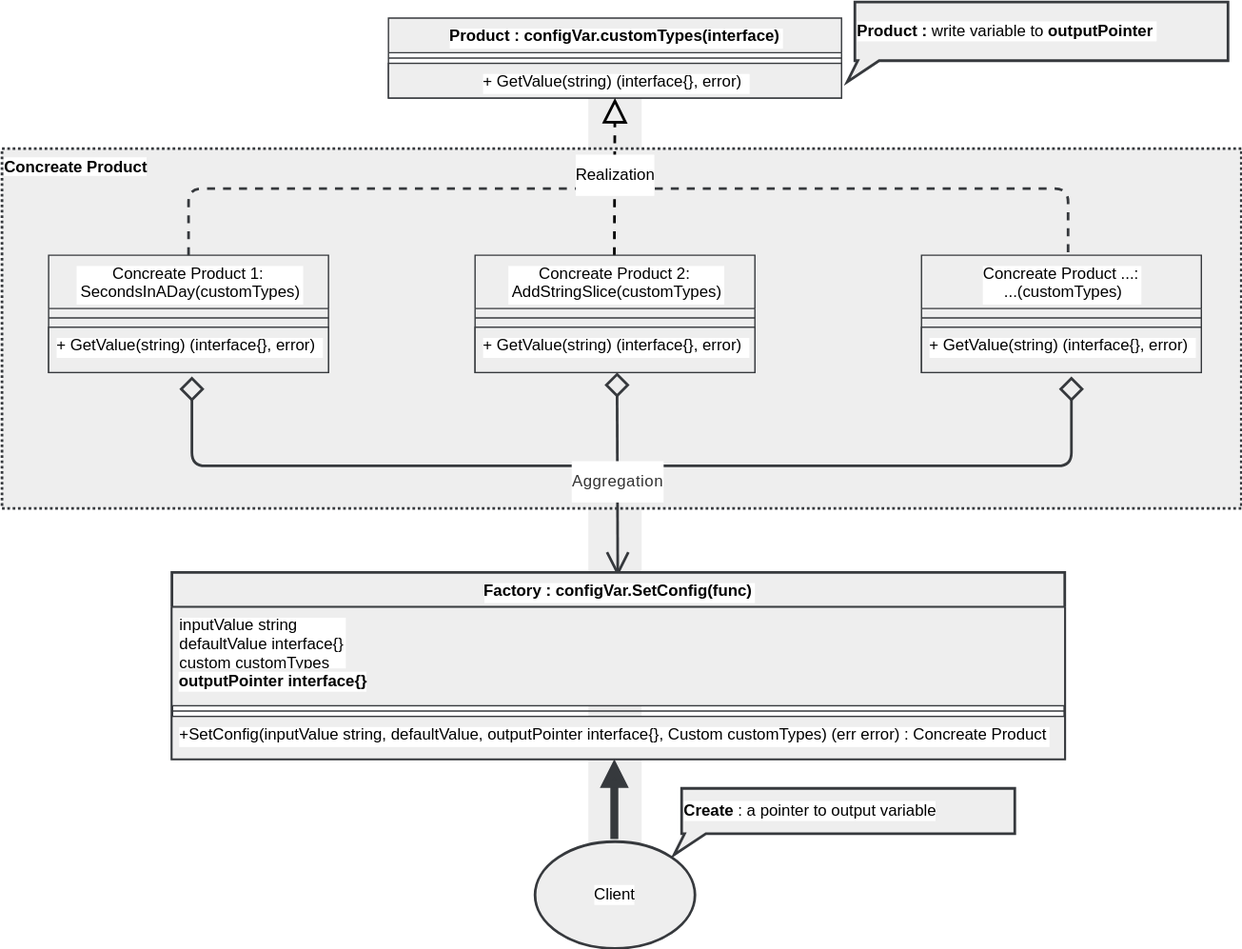
Before: diagram.svg, a diagram exported from draw.io (DukeHuangWP/GoExample-ConfigToVariable_SimpleFactory). Source tidied: cells renumbered, new cells last; positions are measured from the earlier drawing's top-left corner, leaving out a move shared by most shapes.
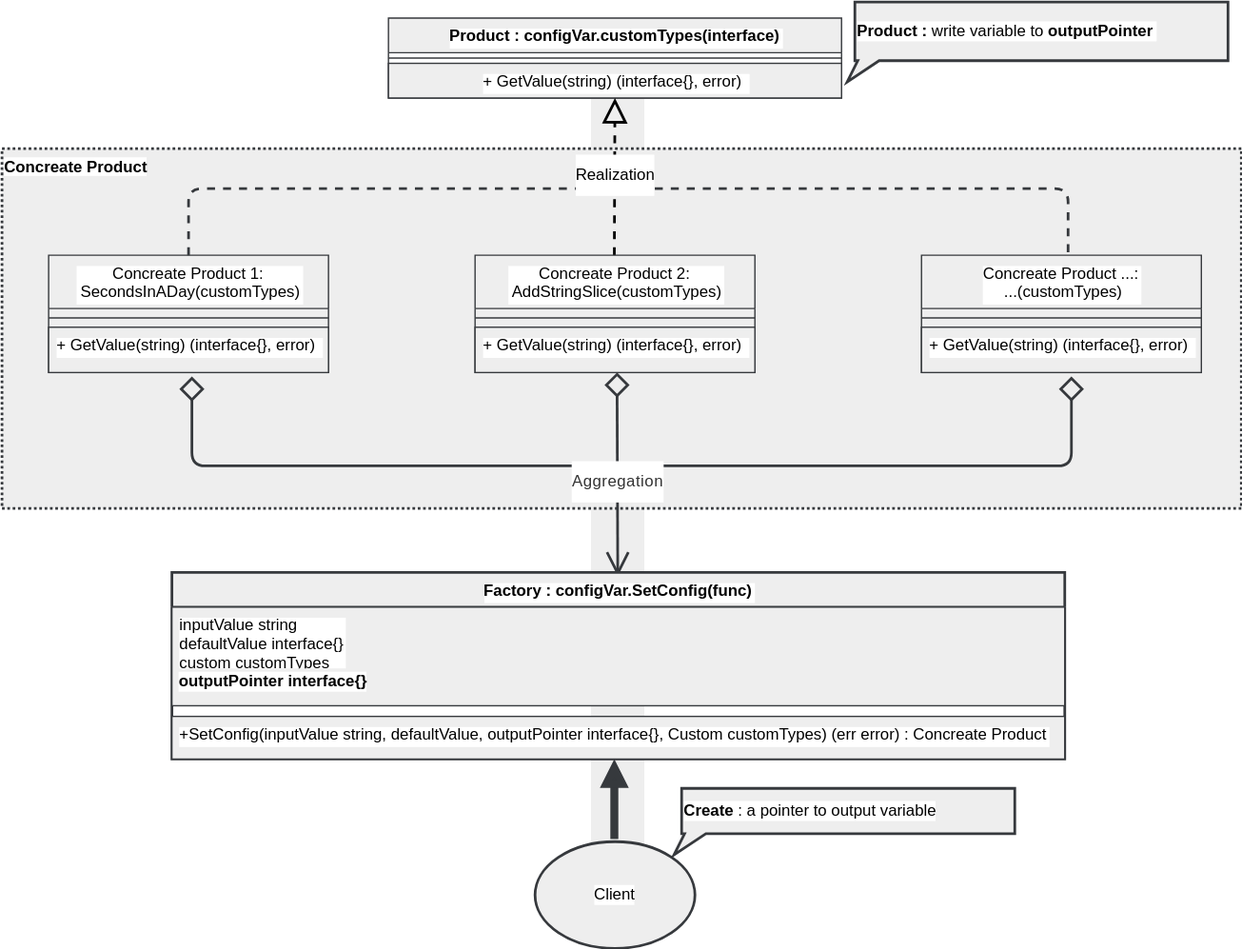
The same file after the commit.

What changed in the source:
```diff
@@ -3,7 +3,7 @@
     <mxCell id="0" />
     <mxCell id="1" parent="0" />
     <mxCell id="2" style="rounded=0;whiteSpace=wrap;html=1;shadow=0;labelBackgroundColor=#ffffff;strokeWidth=2;fillColor=#eeeeee;fontSize=12;align=left;strokeColor=none;" parent="1" vertex="1">
-      <mxGeometry x="440" y="72" width="40" height="588" as="geometry" />
+      <mxGeometry x="442" y="72" width="40" height="588" as="geometry" />
     </mxCell>
     <mxCell id="3" value="&lt;b style=&quot;font-size: 12px;&quot;&gt;Concreate&lt;/b&gt;&lt;b style=&quot;font-size: 12px;&quot;&gt;&amp;nbsp;&lt;/b&gt;&lt;span style=&quot;font-weight: 700; text-align: center; font-size: 12px;&quot;&gt;Product&lt;/span&gt;" style="rounded=0;whiteSpace=wrap;html=1;dashed=1;fontSize=12;align=left;strokeWidth=2;verticalAlign=top;dashPattern=1 1;glass=0;shadow=0;sketch=0;labelBackgroundColor=#ffffff;strokeColor=#36393d;fillColor=#eeeeee;" parent="1" vertex="1">
       <mxGeometry y="110" width="930" height="270" as="geometry" />
@@ -84,7 +84,7 @@
     <mxCell id="22" value="inputValue string&#10;defaultValue interface{}&#10;custom customTypes" style="text;align=left;verticalAlign=top;spacingLeft=4;spacingRight=4;overflow=hidden;fontSize=12;labelBackgroundColor=#ffffff;shadow=0;fillColor=#eeeeee;strokeColor=#36393d;" parent="21" vertex="1">
       <mxGeometry y="26" width="670" height="74" as="geometry" />
     </mxCell>
-    <mxCell id="23" style="line;strokeWidth=1;align=left;verticalAlign=middle;spacingTop=-1;spacingLeft=3;spacingRight=3;labelPosition=right;fontSize=12;labelBackgroundColor=#ffffff;shadow=0;fillColor=#eeeeee;strokeColor=#36393d;" parent="21" vertex="1">
+    <mxCell id="23" style="line;strokeWidth=1;align=left;verticalAlign=middle;spacingTop=-1;spacingLeft=3;spacingRight=3;labelPosition=right;fontSize=12;labelBackgroundColor=#ffffff;shadow=0;fillColor=#f5f5f5;fontColor=#333333;strokeColor=none;" parent="21" vertex="1">
       <mxGeometry y="100" width="670" height="8" as="geometry" />
     </mxCell>
     <mxCell id="24" value="+SetConfig(inputValue string, defaultValue, outputPointer interface{}, Custom customTypes) (err error) : Concreate Product" style="text;align=left;verticalAlign=top;spacingLeft=4;spacingRight=4;overflow=hidden;fontSize=12;labelBackgroundColor=#ffffff;shadow=0;fillColor=#eeeeee;strokeColor=#36393d;" parent="21" vertex="1">
```
